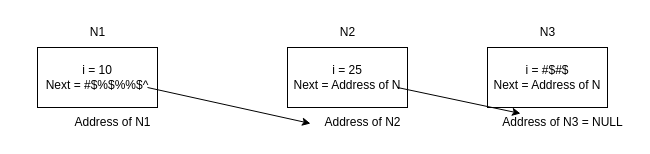
Above: Basic Revision of C/explain.drawio in 0vibecode/Codiging-challenge-CP (draw.io), before the change. Source tidied: cells renumbered, new cells numbered last; positions are measured from the earlier drawing's top-left corner, leaving out a move shared by most shapes. Both pictures are drawn from the tidied source at 100%, with x=0, y=0 at pixel (37, 17).
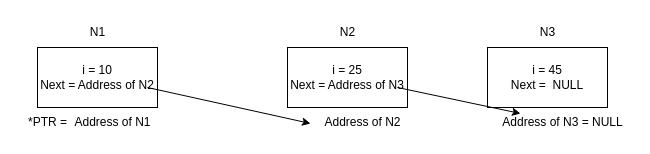
After the change.

Commit message (it also covers changes not shown here):
LL traversal failed - with while loop

Change to the diagram source:
```diff
@@
 <mxGraphModel>
   <root>
     <mxCell id="0" />
     <mxCell id="1" parent="0" />
-    <mxCell id="2" value="i = 10&lt;div&gt;Next = #$%$%%$^&lt;/div&gt;" style="rounded=0;whiteSpace=wrap;html=1;" parent="1" vertex="1">
+    <mxCell id="2" value="i = 10&lt;div&gt;Next = Address of N2&lt;/div&gt;" style="rounded=0;whiteSpace=wrap;html=1;" parent="1" vertex="1">
       <mxGeometry y="30" width="120" height="60" as="geometry" />
     </mxCell>
-    <mxCell id="3" value="i = 25&lt;div&gt;Next = Address of N&lt;/div&gt;" style="rounded=0;whiteSpace=wrap;html=1;" parent="1" vertex="1">
+    <mxCell id="3" value="i = 25&lt;div&gt;Next = Address of N3&lt;/div&gt;" style="rounded=0;whiteSpace=wrap;html=1;" parent="1" vertex="1">
       <mxGeometry x="250" y="30" width="120" height="60" as="geometry" />
     </mxCell>
     <mxCell id="4" value="N1" style="text;html=1;align=center;verticalAlign=middle;strokeColor=none;fillColor=none;" parent="1" vertex="1">
       <mxGeometry x="40" width="40" height="30" as="geometry" />
     </mxCell>
     <mxCell id="5" value="N2" style="text;html=1;align=center;verticalAlign=middle;strokeColor=none;fillColor=none;" parent="1" vertex="1">
       <mxGeometry x="290" width="40" height="30" as="geometry" />
     </mxCell>
     <mxCell id="6" value="Address of N1" style="text;html=1;align=center;verticalAlign=middle;strokeColor=none;fillColor=none;" parent="1" vertex="1">
       <mxGeometry x="25" y="90" width="100" height="30" as="geometry" />
     </mxCell>
     <mxCell id="7" value="Address of N2" style="text;html=1;align=center;verticalAlign=middle;points=[];strokeColor=none;fillColor=none;" parent="1" vertex="1">
       <mxGeometry x="275" y="90" width="100" height="30" as="geometry" />
     </mxCell>
-    <mxCell id="8" value="i = #$#$&lt;div&gt;Next = Address of N&lt;/div&gt;" style="rounded=0;whiteSpace=wrap;html=1;" parent="1" vertex="1">
+    <mxCell id="8" value="i = 45&lt;div&gt;Next =&amp;nbsp; NULL&lt;/div&gt;" style="rounded=0;whiteSpace=wrap;html=1;" parent="1" vertex="1">
       <mxGeometry x="450" y="30" width="120" height="60" as="geometry" />
     </mxCell>
     <mxCell id="9" value="N3" style="text;html=1;align=center;verticalAlign=middle;strokeColor=none;fillColor=none;" parent="1" vertex="1">
       <mxGeometry x="490" width="40" height="30" as="geometry" />
     </mxCell>
     <mxCell id="10" value="Address of N3 = NULL" style="text;html=1;align=center;verticalAlign=middle;strokeColor=none;fillColor=none;" parent="1" vertex="1">
       <mxGeometry x="455" y="90" width="140" height="30" as="geometry" />
     </mxCell>
     <mxCell id="11" style="endArrow=classic;html=1;entryX=-0.02;entryY=0.533;entryDx=0;entryDy=0;entryPerimeter=0;" parent="1" edge="1" target="7">
       <mxGeometry relative="1" as="geometry">
         <mxPoint x="110" y="70" as="sourcePoint" />
       </mxGeometry>
     </mxCell>
     <mxCell id="12" style="endArrow=classic;html=1;entryX=-0.02;entryY=0.533;entryDx=0;entryDy=0;entryPerimeter=0;" parent="1" edge="1">
       <mxGeometry relative="1" as="geometry">
         <mxPoint x="360" y="70" as="sourcePoint" />
         <mxPoint x="483" y="96" as="targetPoint" />
       </mxGeometry>
     </mxCell>
+    <mxCell id="13" value="*PTR =" style="text;html=1;align=center;verticalAlign=middle;strokeColor=none;fillColor=none;" parent="1" vertex="1">
+      <mxGeometry x="-20" y="90" width="60" height="30" as="geometry" />
+    </mxCell>
   </root>
 </mxGraphModel>
```
